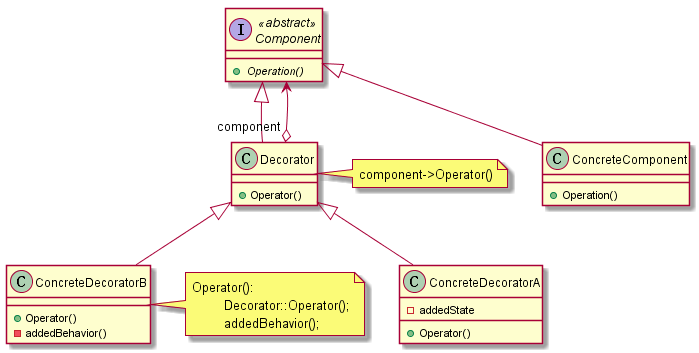
The PlantUML diagram Decorator/DEcorator.png in GhostRiderLi/Cpp-Design-Patterns, before a commit. The source it was exported from:
```plantuml
@startuml

interface Component <<abstract>>{
	{abstract} + Operation()
}

class ConcreteComponent{
	+ Operation()
}

class Decorator {
	+ Operator()
}

Class ConcreteDecoratorA{
	+ Operator()
	- addedState
}

Class ConcreteDecoratorB {
	+ Operator()
	- addedBehavior()
}

Component <|-- ConcreteComponent
Component <|-- Decorator

Component <--o "component" Decorator

Decorator <|-- ConcreteDecoratorA
Decorator <|-- ConcreteDecoratorB

note right of Decorator
component->Operator()
end note

note right of ConcreteDecoratorB
Operator():
	Decorator::Operator();
	addedBehavior();
end note

@enduml
```
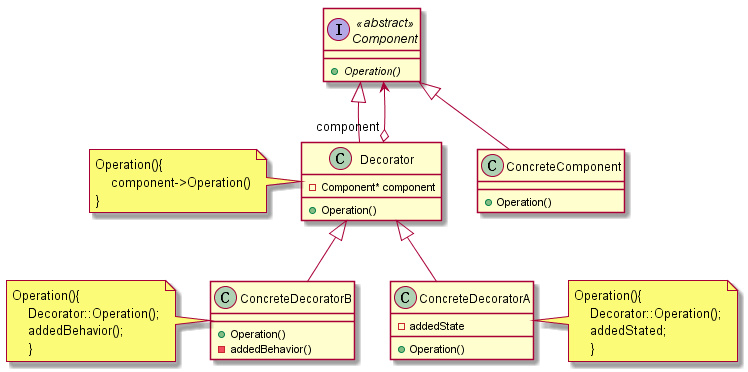
Above is the later version.

What changed in the source:
```diff
@@ -9,16 +9,17 @@
 }
 
 class Decorator {
-	+ Operator()
+    - Component* component
+	+ Operation()
 }
 
 Class ConcreteDecoratorA{
-	+ Operator()
+	+ Operation()
 	- addedState
 }
 
 Class ConcreteDecoratorB {
-	+ Operator()
+	+ Operation()
 	- addedBehavior()
 }
 
@@ -30,14 +31,23 @@
 Decorator <|-- ConcreteDecoratorA
 Decorator <|-- ConcreteDecoratorB
 
-note right of Decorator
-component->Operator()
+note left of Decorator
+Operation(){
+    component->Operation()
+}
 end note
 
-note right of ConcreteDecoratorB
-Operator():
-	Decorator::Operator();
-	addedBehavior();
+note left of ConcreteDecoratorB
+Operation(){
+    Decorator::Operation();
+    addedBehavior();
+    }
 end note
 
+note right of ConcreteDecoratorA
+Operation(){
+    Decorator::Operation();
+    addedStated;
+    }
+end note
 @enduml
```
